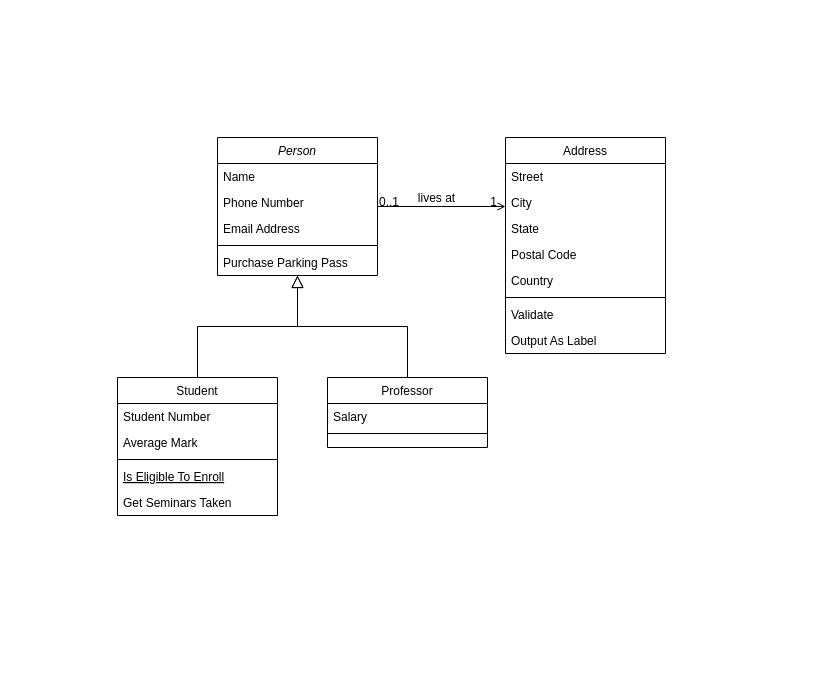
This is Untitled Diagram.drawio from peregrifalc/peregrifalc, a draw.io file, before an edit. Source tidied: cells renumbered, new cells numbered last; positions are measured from the earlier drawing's top-left corner, leaving out a move shared by most shapes. Both pictures are drawn from the tidied source at 100%, with x=0, y=0 at pixel (117, 137).
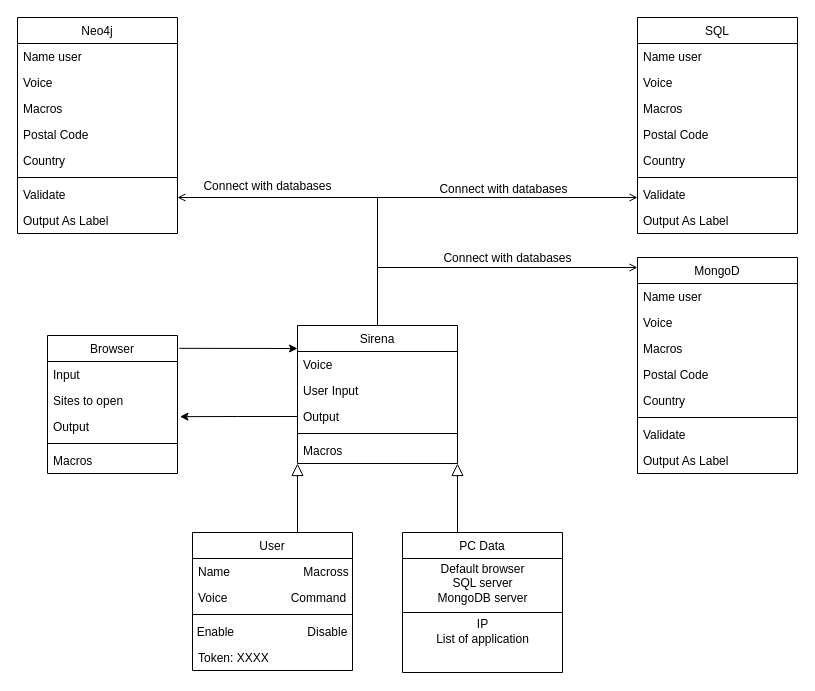
After the change.

The edit, as a diff of the source:
```diff
@@
-    <mxCell id="2" value="Person" style="swimlane;fontStyle=2;align=center;verticalAlign=top;horizontal=1;startSize=26;rounded=0;shadow=0;strokeWidth=1;" parent="1" vertex="1">
-      <mxGeometry x="100" width="160" height="138" as="geometry" />
+    <mxCell id="2" value="Sirena" style="swimlane;fontStyle=0;align=center;verticalAlign=top;horizontal=1;startSize=26;rounded=0;shadow=0;strokeWidth=1;" parent="1" vertex="1">
+      <mxGeometry x="180" y="188" width="160" height="138" as="geometry" />
     </mxCell>
-    <mxCell id="3" value="Name" style="text;align=left;verticalAlign=top;spacingLeft=4;spacingRight=4;overflow=hidden;" parent="2" vertex="1">
+    <mxCell id="3" value="Voice" style="text;align=left;verticalAlign=top;spacingLeft=4;spacingRight=4;overflow=hidden;" parent="2" vertex="1">
       <mxGeometry y="26" width="160" height="26" as="geometry" />
     </mxCell>
-    <mxCell id="4" value="Phone Number" style="text;align=left;verticalAlign=top;spacingLeft=4;spacingRight=4;overflow=hidden;rounded=0;shadow=0;html=0;" parent="2" vertex="1">
+    <mxCell id="4" value="User Input" style="text;align=left;verticalAlign=top;spacingLeft=4;spacingRight=4;overflow=hidden;rounded=0;shadow=0;html=0;" parent="2" vertex="1">
       <mxGeometry y="52" width="160" height="26" as="geometry" />
     </mxCell>
-    <mxCell id="5" value="Email Address" style="text;align=left;verticalAlign=top;spacingLeft=4;spacingRight=4;overflow=hidden;points=[[0,0.5],[1,0.5]];portConstraint=eastwest;rounded=0;shadow=0;html=0;" parent="2" vertex="1">
+    <mxCell id="5" value="Output" style="text;align=left;verticalAlign=top;spacingLeft=4;spacingRight=4;overflow=hidden;points=[[0,0.5],[1,0.5]];portConstraint=eastwest;rounded=0;shadow=0;html=0;" parent="2" vertex="1">
       <mxGeometry y="78" width="160" height="26" as="geometry" />
     </mxCell>
@@
-    <mxCell id="7" value="Purchase Parking Pass" style="text;align=left;verticalAlign=top;spacingLeft=4;spacingRight=4;overflow=hidden;" parent="2" vertex="1">
+    <mxCell id="7" value="Macros" style="text;align=left;verticalAlign=top;spacingLeft=4;spacingRight=4;overflow=hidden;" parent="2" vertex="1">
       <mxGeometry y="112" width="160" height="26" as="geometry" />
     </mxCell>
-    <mxCell id="8" value="Student" style="swimlane;fontStyle=0;align=center;verticalAlign=top;horizontal=1;startSize=26;rounded=0;shadow=0;strokeWidth=1;" parent="1" vertex="1">
-      <mxGeometry y="240" width="160" height="138" as="geometry" />
+    <mxCell id="8" value="User" style="swimlane;fontStyle=0;align=center;verticalAlign=top;horizontal=1;startSize=26;rounded=0;shadow=0;strokeWidth=1;" parent="1" vertex="1">
+      <mxGeometry x="75" y="395" width="160" height="138" as="geometry" />
     </mxCell>
-    <mxCell id="9" value="Student Number" style="text;align=left;verticalAlign=top;spacingLeft=4;spacingRight=4;overflow=hidden;" parent="8" vertex="1">
+    <mxCell id="9" value="Name                      Macross" style="text;align=left;verticalAlign=top;spacingLeft=4;spacingRight=4;overflow=hidden;" parent="8" vertex="1">
       <mxGeometry y="26" width="160" height="26" as="geometry" />
     </mxCell>
-    <mxCell id="10" value="Average Mark" style="text;align=left;verticalAlign=top;spacingLeft=4;spacingRight=4;overflow=hidden;rounded=0;shadow=0;html=0;" parent="8" vertex="1">
+    <mxCell id="10" value="Voice                   Command " style="text;align=left;verticalAlign=top;spacingLeft=4;spacingRight=4;overflow=hidden;rounded=0;shadow=0;html=0;" parent="8" vertex="1">
       <mxGeometry y="52" width="160" height="26" as="geometry" />
     </mxCell>
@@
-    <mxCell id="12" value="Is Eligible To Enroll" style="text;align=left;verticalAlign=top;spacingLeft=4;spacingRight=4;overflow=hidden;fontStyle=4;" parent="8" vertex="1">
+    <mxCell id="12" value="Enable                      Disable" style="text;align=center;verticalAlign=top;spacingLeft=4;spacingRight=4;overflow=hidden;fontStyle=0;" parent="8" vertex="1">
       <mxGeometry y="86" width="160" height="26" as="geometry" />
     </mxCell>
-    <mxCell id="13" value="Get Seminars Taken" style="text;align=left;verticalAlign=top;spacingLeft=4;spacingRight=4;overflow=hidden;" parent="8" vertex="1">
+    <mxCell id="13" value="Token: XXXX" style="text;align=left;verticalAlign=top;spacingLeft=4;spacingRight=4;overflow=hidden;" parent="8" vertex="1">
       <mxGeometry y="112" width="160" height="26" as="geometry" />
     </mxCell>
     <mxCell id="14" style="endArrow=block;endSize=10;endFill=0;shadow=0;strokeWidth=1;rounded=0;edgeStyle=elbowEdgeStyle;elbow=vertical;" parent="1" edge="1" source="8" target="2">
-      <mxGeometry relative="1" as="geometry" />
+      <mxGeometry relative="1" as="geometry">
+        <Array as="points">
+          <mxPoint x="215" y="310" />
+          <mxPoint x="245" y="300" />
+        </Array>
+      </mxGeometry>
     </mxCell>
-    <mxCell id="15" value="Professor" style="swimlane;fontStyle=0;align=center;verticalAlign=top;horizontal=1;startSize=26;rounded=0;shadow=0;strokeWidth=1;" parent="1" vertex="1">
-      <mxGeometry x="210" y="240" width="160" height="70" as="geometry" />
+    <mxCell id="15" value="PC Data" style="swimlane;fontStyle=0;align=center;verticalAlign=top;horizontal=1;startSize=26;rounded=0;shadow=0;strokeWidth=1;" parent="1" vertex="1">
+      <mxGeometry x="285" y="395" width="160" height="140" as="geometry" />
     </mxCell>
-    <mxCell id="16" value="Salary" style="text;align=left;verticalAlign=top;spacingLeft=4;spacingRight=4;overflow=hidden;" parent="15" vertex="1">
-      <mxGeometry y="26" width="160" height="26" as="geometry" />
-    </mxCell>
-    <mxCell id="17" style="line;html=1;strokeWidth=1;align=left;verticalAlign=middle;spacingTop=-1;spacingLeft=3;spacingRight=3;labelPosition=right;" parent="15" vertex="1">
-      <mxGeometry y="52" width="160" height="8" as="geometry" />
-    </mxCell>
+    <mxCell id="32" value="Default browser&lt;br&gt;SQL server&lt;br&gt;MongoDB server" style="text;html=1;align=center;verticalAlign=middle;" parent="15" vertex="1">
+      <mxGeometry y="26" width="160" height="50" as="geometry" />
+    </mxCell>
+    <mxCell id="33" style="line;html=1;strokeWidth=1;align=left;verticalAlign=middle;spacingTop=-1;spacingLeft=3;spacingRight=3;labelPosition=right;" parent="15" vertex="1">
+      <mxGeometry y="76" width="160" height="8" as="geometry" />
+    </mxCell>
+    <mxCell id="34" value="IP&lt;br&gt;List of application" style="text;html=1;align=center;verticalAlign=middle;" parent="15" vertex="1">
+      <mxGeometry y="84" width="160" height="30" as="geometry" />
+    </mxCell>
     <mxCell id="18" style="endArrow=block;endSize=10;endFill=0;shadow=0;strokeWidth=1;rounded=0;edgeStyle=elbowEdgeStyle;elbow=vertical;" parent="1" edge="1" source="15" target="2">
-      <mxGeometry relative="1" as="geometry" />
+      <mxGeometry relative="1" as="geometry">
+        <Array as="points">
+          <mxPoint x="295" y="320" />
+        </Array>
+      </mxGeometry>
     </mxCell>
-    <mxCell id="19" value="Address" style="swimlane;fontStyle=0;align=center;verticalAlign=top;horizontal=1;startSize=26;rounded=0;shadow=0;strokeWidth=1;" parent="1" vertex="1">
-      <mxGeometry x="388" width="160" height="216" as="geometry" />
+    <mxCell id="19" value="SQL&#10;" style="swimlane;fontStyle=0;align=center;verticalAlign=top;horizontal=1;startSize=26;rounded=0;shadow=0;strokeWidth=1;" parent="1" vertex="1">
+      <mxGeometry x="520" y="-120" width="160" height="216" as="geometry" />
     </mxCell>
-    <mxCell id="20" value="Street" style="text;align=left;verticalAlign=top;spacingLeft=4;spacingRight=4;overflow=hidden;" parent="19" vertex="1">
+    <mxCell id="20" value="Name user&#10;" style="text;align=left;verticalAlign=top;spacingLeft=4;spacingRight=4;overflow=hidden;" parent="19" vertex="1">
       <mxGeometry y="26" width="160" height="26" as="geometry" />
     </mxCell>
-    <mxCell id="21" value="City" style="text;align=left;verticalAlign=top;spacingLeft=4;spacingRight=4;overflow=hidden;rounded=0;shadow=0;html=0;" parent="19" vertex="1">
+    <mxCell id="21" value="Voice&#10;" style="text;align=left;verticalAlign=top;spacingLeft=4;spacingRight=4;overflow=hidden;rounded=0;shadow=0;html=0;" parent="19" vertex="1">
       <mxGeometry y="52" width="160" height="26" as="geometry" />
     </mxCell>
-    <mxCell id="22" value="State" style="text;align=left;verticalAlign=top;spacingLeft=4;spacingRight=4;overflow=hidden;rounded=0;shadow=0;html=0;" parent="19" vertex="1">
+    <mxCell id="22" value="Macros" style="text;align=left;verticalAlign=top;spacingLeft=4;spacingRight=4;overflow=hidden;rounded=0;shadow=0;html=0;" parent="19" vertex="1">
       <mxGeometry y="78" width="160" height="26" as="geometry" />
     </mxCell>
@@
     <mxCell id="28" style="endArrow=open;shadow=0;strokeWidth=1;rounded=0;endFill=1;edgeStyle=elbowEdgeStyle;elbow=vertical;" parent="1" edge="1" source="2" target="19">
       <mxGeometry x="0.5" y="41" relative="1" as="geometry">
+        <Array as="points">
+          <mxPoint x="430" y="60" />
+          <mxPoint x="185" y="60" />
+        </Array>
         <mxPoint x="-40" y="32" as="offset" />
       </mxGeometry>
     </mxCell>
-    <mxCell id="29" value="0..1" style="align=left;verticalAlign=bottom;labelBackgroundColor=none;fontSize=12;" parent="28" vertex="1">
-      <mxGeometry x="-1" relative="1" as="geometry">
-        <mxPoint y="4" as="offset" />
-      </mxGeometry>
-    </mxCell>
-    <mxCell id="30" value="1" style="align=right;verticalAlign=bottom;labelBackgroundColor=none;fontSize=12;" parent="28" vertex="1">
-      <mxGeometry x="1" relative="1" as="geometry">
-        <mxPoint x="-7" y="4" as="offset" />
-      </mxGeometry>
-    </mxCell>
-    <mxCell id="31" value="lives at" style="text;html=1;align=center;verticalAlign=middle;labelBackgroundColor=none;rounded=0;shadow=0;strokeWidth=1;fontSize=12;" parent="28" vertex="1">
+    <mxCell id="31" value="Connect with databases" style="text;html=1;align=center;verticalAlign=middle;labelBackgroundColor=none;rounded=0;shadow=0;strokeWidth=1;fontSize=12;" parent="28" vertex="1">
       <mxGeometry x="0.5" y="49" relative="1" as="geometry">
         <mxPoint x="-38" y="40" as="offset" />
       </mxGeometry>
     </mxCell>
+    <mxCell id="35" style="edgeStyle=orthogonalEdgeStyle;rounded=0;jettySize=auto;html=1;entryX=1.019;entryY=0.121;entryDx=0;entryDy=0;entryPerimeter=0;" parent="1" edge="1" source="5" target="39">
+      <mxGeometry relative="1" as="geometry" />
+    </mxCell>
+    <mxCell id="36" value="Browser&#10;" style="swimlane;fontStyle=0;align=center;verticalAlign=top;horizontal=1;startSize=26;rounded=0;shadow=0;strokeWidth=1;" parent="1" vertex="1">
+      <mxGeometry x="-70" y="198" width="130" height="138" as="geometry" />
+    </mxCell>
+    <mxCell id="37" value="Input" style="text;align=left;verticalAlign=top;spacingLeft=4;spacingRight=4;overflow=hidden;" parent="36" vertex="1">
+      <mxGeometry y="26" width="130" height="26" as="geometry" />
+    </mxCell>
+    <mxCell id="38" value="Sites to open" style="text;align=left;verticalAlign=top;spacingLeft=4;spacingRight=4;overflow=hidden;rounded=0;shadow=0;html=0;" parent="36" vertex="1">
+      <mxGeometry y="52" width="130" height="26" as="geometry" />
+    </mxCell>
+    <mxCell id="39" value="Output" style="text;align=left;verticalAlign=top;spacingLeft=4;spacingRight=4;overflow=hidden;points=[[0,0.5],[1,0.5]];portConstraint=eastwest;rounded=0;shadow=0;html=0;" parent="36" vertex="1">
+      <mxGeometry y="78" width="130" height="26" as="geometry" />
+    </mxCell>
+    <mxCell id="40" style="line;html=1;strokeWidth=1;align=left;verticalAlign=middle;spacingTop=-1;spacingLeft=3;spacingRight=3;labelPosition=right;" parent="36" vertex="1">
+      <mxGeometry y="104" width="130" height="8" as="geometry" />
+    </mxCell>
+    <mxCell id="41" value="Macros" style="text;align=left;verticalAlign=top;spacingLeft=4;spacingRight=4;overflow=hidden;" parent="36" vertex="1">
+      <mxGeometry y="112" width="130" height="26" as="geometry" />
+    </mxCell>
+    <mxCell id="42" style="endArrow=open;shadow=0;strokeWidth=1;rounded=0;endFill=1;edgeStyle=elbowEdgeStyle;elbow=vertical;exitX=0.5;exitY=0;exitDx=0;exitDy=0;" parent="1" edge="1" source="2" target="44">
+      <mxGeometry x="0.5" y="41" relative="1" as="geometry">
+        <Array as="points">
+          <mxPoint x="390" y="130" />
+          <mxPoint x="300" y="120" />
+          <mxPoint x="320" y="90" />
+          <mxPoint x="510" y="90" />
+          <mxPoint x="310" y="90" />
+          <mxPoint x="310" y="100" />
+          <mxPoint x="400" y="140" />
+          <mxPoint x="360" y="90" />
+        </Array>
+        <mxPoint x="-40" y="32" as="offset" />
+      </mxGeometry>
+    </mxCell>
+    <mxCell id="43" value="Connect with databases" style="text;html=1;align=center;verticalAlign=middle;labelBackgroundColor=none;rounded=0;shadow=0;strokeWidth=1;fontSize=12;" parent="42" vertex="1">
+      <mxGeometry x="0.5" y="49" relative="1" as="geometry">
+        <mxPoint x="-51.5" y="39" as="offset" />
+      </mxGeometry>
+    </mxCell>
+    <mxCell id="44" value="MongoD&#10;" style="swimlane;fontStyle=0;align=center;verticalAlign=top;horizontal=1;startSize=26;rounded=0;shadow=0;strokeWidth=1;" parent="1" vertex="1">
+      <mxGeometry x="520" y="120" width="160" height="216" as="geometry" />
+    </mxCell>
+    <mxCell id="45" value="Name user&#10;" style="text;align=left;verticalAlign=top;spacingLeft=4;spacingRight=4;overflow=hidden;" parent="44" vertex="1">
+      <mxGeometry y="26" width="160" height="26" as="geometry" />
+    </mxCell>
+    <mxCell id="46" value="Voice&#10;" style="text;align=left;verticalAlign=top;spacingLeft=4;spacingRight=4;overflow=hidden;rounded=0;shadow=0;html=0;" parent="44" vertex="1">
+      <mxGeometry y="52" width="160" height="26" as="geometry" />
+    </mxCell>
+    <mxCell id="47" value="Macros" style="text;align=left;verticalAlign=top;spacingLeft=4;spacingRight=4;overflow=hidden;rounded=0;shadow=0;html=0;" parent="44" vertex="1">
+      <mxGeometry y="78" width="160" height="26" as="geometry" />
+    </mxCell>
+    <mxCell id="48" value="Postal Code" style="text;align=left;verticalAlign=top;spacingLeft=4;spacingRight=4;overflow=hidden;rounded=0;shadow=0;html=0;" parent="44" vertex="1">
+      <mxGeometry y="104" width="160" height="26" as="geometry" />
+    </mxCell>
+    <mxCell id="49" value="Country" style="text;align=left;verticalAlign=top;spacingLeft=4;spacingRight=4;overflow=hidden;rounded=0;shadow=0;html=0;" parent="44" vertex="1">
+      <mxGeometry y="130" width="160" height="26" as="geometry" />
+    </mxCell>
+    <mxCell id="50" style="line;html=1;strokeWidth=1;align=left;verticalAlign=middle;spacingTop=-1;spacingLeft=3;spacingRight=3;labelPosition=right;" parent="44" vertex="1">
+      <mxGeometry y="156" width="160" height="8" as="geometry" />
+    </mxCell>
+    <mxCell id="51" value="Validate" style="text;align=left;verticalAlign=top;spacingLeft=4;spacingRight=4;overflow=hidden;" parent="44" vertex="1">
+      <mxGeometry y="164" width="160" height="26" as="geometry" />
+    </mxCell>
+    <mxCell id="52" value="Output As Label" style="text;align=left;verticalAlign=top;spacingLeft=4;spacingRight=4;overflow=hidden;" parent="44" vertex="1">
+      <mxGeometry y="190" width="160" height="26" as="geometry" />
+    </mxCell>
+    <mxCell id="53" style="endArrow=open;shadow=0;strokeWidth=1;rounded=0;endFill=1;edgeStyle=elbowEdgeStyle;elbow=vertical;exitX=0.5;exitY=0;exitDx=0;exitDy=0;" parent="1" edge="1" target="62">
+      <mxGeometry x="0.5" y="41" relative="1" as="geometry">
+        <mxPoint x="260" y="188" as="sourcePoint" />
+        <Array as="points">
+          <mxPoint x="205" y="60" />
+          <mxPoint x="205" y="70" />
+          <mxPoint x="195" y="93" />
+          <mxPoint x="375" y="120" />
+          <mxPoint x="395" y="90" />
+          <mxPoint x="585" y="90" />
+          <mxPoint x="385" y="90" />
+          <mxPoint x="385" y="100" />
+          <mxPoint x="475" y="140" />
+          <mxPoint x="435" y="90" />
+        </Array>
+        <mxPoint x="-40" y="32" as="offset" />
+      </mxGeometry>
+    </mxCell>
+    <mxCell id="54" value="Connect with databases" style="text;html=1;align=center;verticalAlign=middle;labelBackgroundColor=none;rounded=0;shadow=0;strokeWidth=1;fontSize=12;" parent="1" vertex="1">
+      <mxGeometry x="150" y="70" as="geometry">
+        <mxPoint x="-1" y="-22" as="offset" />
+      </mxGeometry>
+    </mxCell>
+    <mxCell id="55" value="Neo4j&#10;" style="swimlane;fontStyle=0;align=center;verticalAlign=top;horizontal=1;startSize=26;rounded=0;shadow=0;strokeWidth=1;" parent="1" vertex="1">
+      <mxGeometry x="-100" y="-120" width="160" height="216" as="geometry" />
+    </mxCell>
+    <mxCell id="56" value="Name user&#10;" style="text;align=left;verticalAlign=top;spacingLeft=4;spacingRight=4;overflow=hidden;" parent="55" vertex="1">
+      <mxGeometry y="26" width="160" height="26" as="geometry" />
+    </mxCell>
+    <mxCell id="57" value="Voice&#10;" style="text;align=left;verticalAlign=top;spacingLeft=4;spacingRight=4;overflow=hidden;rounded=0;shadow=0;html=0;" parent="55" vertex="1">
+      <mxGeometry y="52" width="160" height="26" as="geometry" />
+    </mxCell>
+    <mxCell id="58" value="Macros" style="text;align=left;verticalAlign=top;spacingLeft=4;spacingRight=4;overflow=hidden;rounded=0;shadow=0;html=0;" parent="55" vertex="1">
+      <mxGeometry y="78" width="160" height="26" as="geometry" />
+    </mxCell>
+    <mxCell id="59" value="Postal Code" style="text;align=left;verticalAlign=top;spacingLeft=4;spacingRight=4;overflow=hidden;rounded=0;shadow=0;html=0;" parent="55" vertex="1">
+      <mxGeometry y="104" width="160" height="26" as="geometry" />
+    </mxCell>
+    <mxCell id="60" value="Country" style="text;align=left;verticalAlign=top;spacingLeft=4;spacingRight=4;overflow=hidden;rounded=0;shadow=0;html=0;" parent="55" vertex="1">
+      <mxGeometry y="130" width="160" height="26" as="geometry" />
+    </mxCell>
+    <mxCell id="61" style="line;html=1;strokeWidth=1;align=left;verticalAlign=middle;spacingTop=-1;spacingLeft=3;spacingRight=3;labelPosition=right;" parent="55" vertex="1">
+      <mxGeometry y="156" width="160" height="8" as="geometry" />
+    </mxCell>
+    <mxCell id="62" value="Validate" style="text;align=left;verticalAlign=top;spacingLeft=4;spacingRight=4;overflow=hidden;points=[[0,0.5],[1,0.5]];portConstraint=eastwest;" parent="55" vertex="1">
+      <mxGeometry y="164" width="160" height="26" as="geometry" />
+    </mxCell>
+    <mxCell id="63" value="Output As Label" style="text;align=left;verticalAlign=top;spacingLeft=4;spacingRight=4;overflow=hidden;" parent="55" vertex="1">
+      <mxGeometry y="190" width="160" height="26" as="geometry" />
+    </mxCell>
+    <mxCell id="64" style="endArrow=classic;html=1;exitX=1.014;exitY=0.093;exitDx=0;exitDy=0;exitPerimeter=0;" parent="1" edge="1" source="36">
+      <mxGeometry relative="1" as="geometry">
+        <mxPoint x="180" y="211" as="targetPoint" />
+      </mxGeometry>
+    </mxCell>
```
